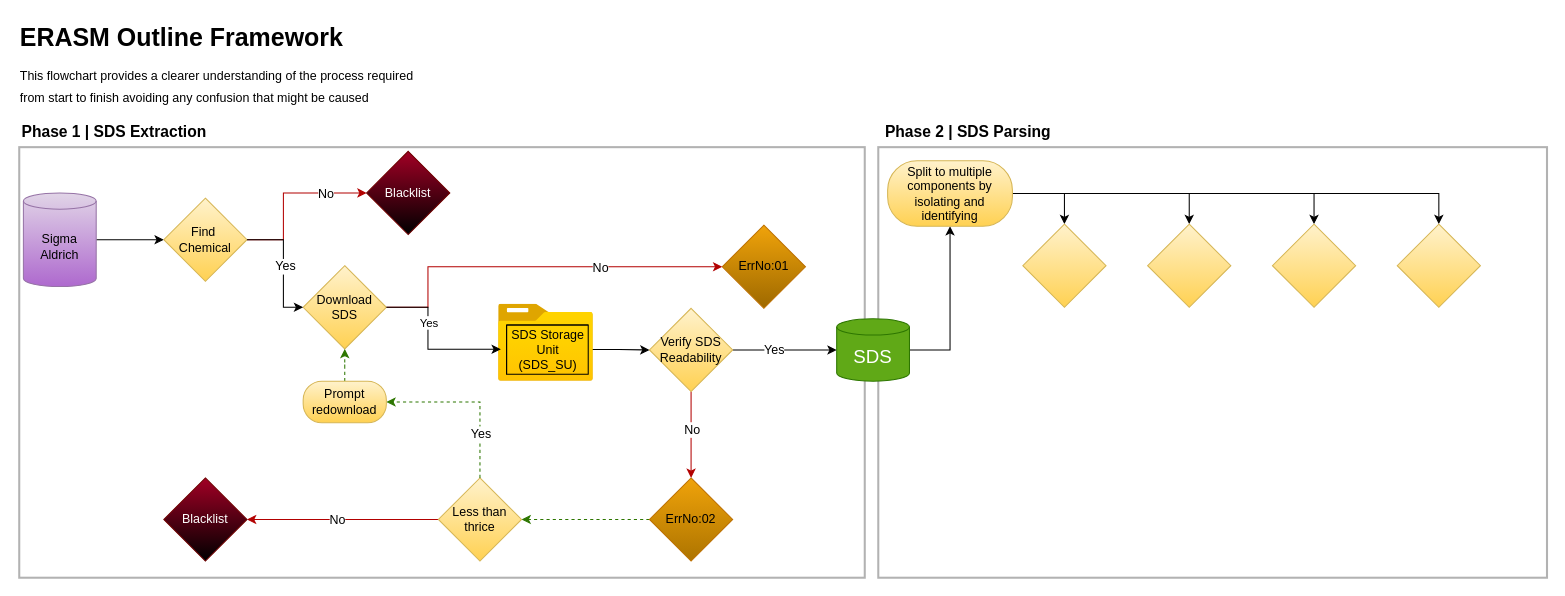
Before: ERASM_Blueprint.drawio in PaiSuryaDarshan/E-RASM, a draw.io diagram. Source tidied: cells renumbered, new cells numbered last; positions are measured from the earlier drawing's top-left corner, leaving out a move shared by most shapes. Both pictures are drawn from the tidied source at 104%, with x=0, y=0 at pixel (18, 18).
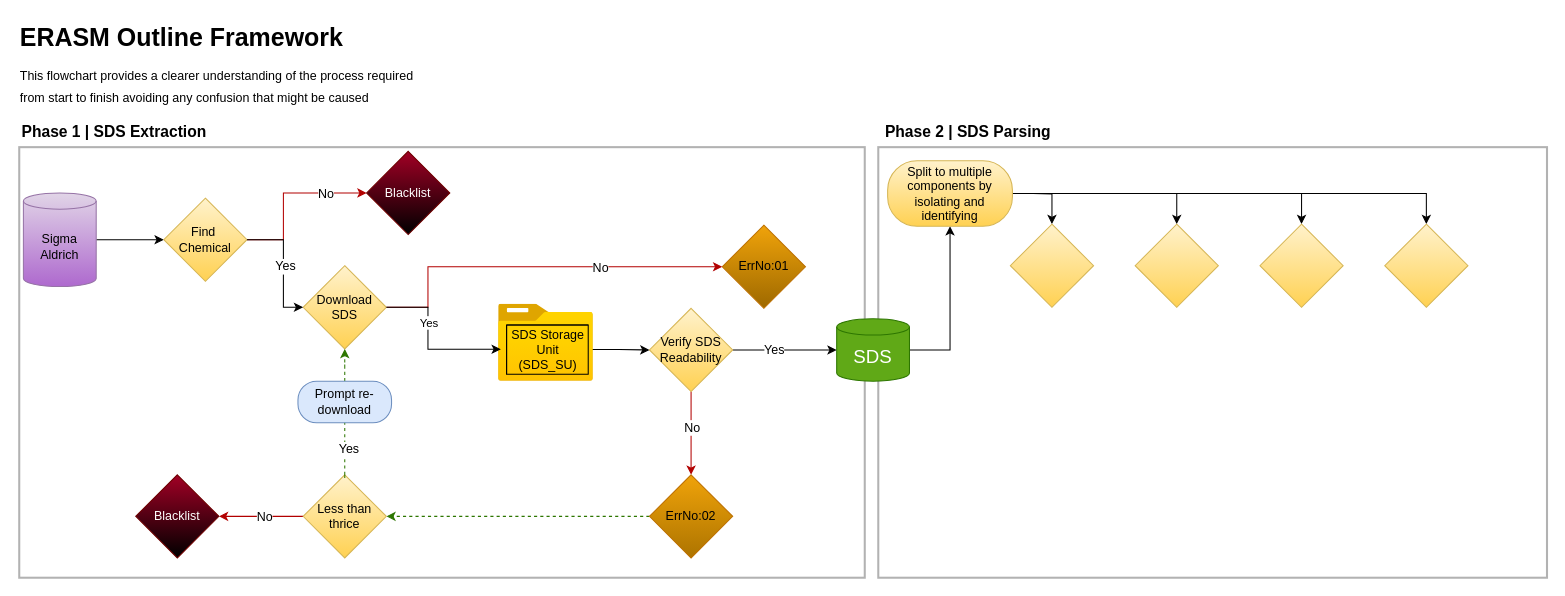
The same page after the edit.

The change refers to these unchanged cells:
```xml
<mxCell id="41" value="&lt;div&gt;Split to multiple components by isolating and identifying&lt;br&gt;&lt;/div&gt;" style="rounded=1;whiteSpace=wrap;html=1;strokeColor=#d6b656;align=center;verticalAlign=middle;fontFamily=Helvetica;fontSize=12;fontColor=default;fillColor=#fff2cc;gradientColor=#ffd152;arcSize=45;" parent="1" vertex="1">
  <mxGeometry x="836" y="137" width="120" height="63" as="geometry" />
</mxCell>
```

Diff of the diagram source:
```diff
@@
     <mxCell id="24" value="ErrNo:02" style="rhombus;whiteSpace=wrap;html=1;fillColor=#f0a30a;strokeColor=#BD7000;fontColor=#000000;gradientColor=#ad7400;" parent="1" vertex="1">
-      <mxGeometry x="607" y="442" width="80" height="80" as="geometry" />
+      <mxGeometry x="607" y="439" width="80" height="80" as="geometry" />
     </mxCell>
@@
     <mxCell id="28" value="Less than thrice" style="rhombus;whiteSpace=wrap;html=1;fillColor=#fff2cc;strokeColor=#d6b656;gradientColor=#ffd152;" parent="1" vertex="1">
-      <mxGeometry x="404" y="442" width="80" height="80" as="geometry" />
+      <mxGeometry x="274" y="439" width="80" height="80" as="geometry" />
     </mxCell>
-    <mxCell id="29" style="edgeStyle=orthogonalEdgeStyle;rounded=0;jettySize=auto;html=1;entryX=1;entryY=0.5;entryDx=0;entryDy=0;fontFamily=Helvetica;fontSize=12;fontColor=default;dashed=1;fillColor=#60a917;strokeColor=#2D7600;" parent="1" edge="1" source="28" target="31">
+    <mxCell id="29" style="edgeStyle=orthogonalEdgeStyle;rounded=0;jettySize=auto;html=1;entryX=1;entryY=0.5;entryDx=0;entryDy=0;fontFamily=Helvetica;fontSize=12;fontColor=default;dashed=1;fillColor=#60a917;strokeColor=#2D7600;exitX=0.5;exitY=0;exitDx=0;exitDy=0;" parent="1" edge="1" source="28" target="31">
       <mxGeometry relative="1" as="geometry">
         <Array as="points">
-          <mxPoint x="444" y="369" />
+          <mxPoint x="314" y="442" />
+          <mxPoint x="314" y="369" />
         </Array>
       </mxGeometry>
     </mxCell>
     <mxCell id="30" value="Yes" style="edgeLabel;html=1;align=center;verticalAlign=middle;strokeColor=#d6b656;fontFamily=Helvetica;fontSize=12;fontColor=default;fillColor=#fff2cc;gradientColor=#ffd152;" parent="29" vertex="1">
       <mxGeometry x="0.01" relative="1" as="geometry">
-        <mxPoint x="9" y="30" as="offset" />
+        <mxPoint x="3" y="30" as="offset" />
       </mxGeometry>
     </mxCell>
-    <mxCell id="31" value="&lt;div&gt;Prompt redownload&lt;br&gt;&lt;/div&gt;" style="rounded=1;whiteSpace=wrap;html=1;strokeColor=#d6b656;align=center;verticalAlign=middle;fontFamily=Helvetica;fontSize=12;fontColor=default;fillColor=#fff2cc;gradientColor=#ffd152;arcSize=45;" parent="1" vertex="1">
-      <mxGeometry x="274" y="349" width="80" height="40" as="geometry" />
+    <mxCell id="31" value="&lt;div&gt;Prompt re-download&lt;br&gt;&lt;/div&gt;" style="rounded=1;whiteSpace=wrap;html=1;strokeColor=#6c8ebf;align=center;verticalAlign=middle;fontFamily=Helvetica;fontSize=12;fillColor=#dae8fc;arcSize=45;" parent="1" vertex="1">
+      <mxGeometry x="269" y="349" width="90" height="40" as="geometry" />
     </mxCell>
     <mxCell id="32" value="Blacklist" style="rhombus;whiteSpace=wrap;html=1;fillColor=#a20025;strokeColor=#6F0000;fontColor=#ffffff;gradientColor=default;" parent="1" vertex="1">
-      <mxGeometry x="140" y="442" width="80" height="80" as="geometry" />
+      <mxGeometry x="113" y="439" width="80" height="80" as="geometry" />
     </mxCell>
@@
-    <mxCell id="37" style="edgeStyle=orthogonalEdgeStyle;rounded=0;jettySize=auto;html=1;entryX=0.5;entryY=0;entryDx=0;entryDy=0;" parent="1" edge="1" source="41" target="42">
-      <mxGeometry relative="1" as="geometry" />
-    </mxCell>
@@
+    <mxCell id="37" style="edgeStyle=orthogonalEdgeStyle;rounded=0;jettySize=auto;html=1;entryX=0.5;entryY=0;entryDx=0;entryDy=0;" parent="1" edge="1" source="41" target="42">
+      <mxGeometry relative="1" as="geometry">
+        <Array as="points">
+          <mxPoint x="976" y="169" />
+          <mxPoint x="994" y="169" />
+        </Array>
+      </mxGeometry>
+    </mxCell>
@@
     <mxCell id="42" style="rhombus;whiteSpace=wrap;html=1;fillColor=#fff2cc;strokeColor=#d6b656;gradientColor=#ffd152;" parent="1" vertex="1">
-      <mxGeometry x="966" y="198" width="80" height="80" as="geometry" />
+      <mxGeometry x="954" y="198" width="80" height="80" as="geometry" />
     </mxCell>
     <mxCell id="43" style="rhombus;whiteSpace=wrap;html=1;fillColor=#fff2cc;strokeColor=#d6b656;gradientColor=#ffd152;" parent="1" vertex="1">
-      <mxGeometry x="1086" y="198" width="80" height="80" as="geometry" />
+      <mxGeometry x="1074" y="198" width="80" height="80" as="geometry" />
     </mxCell>
     <mxCell id="44" style="rhombus;whiteSpace=wrap;html=1;fillColor=#fff2cc;strokeColor=#d6b656;gradientColor=#ffd152;" parent="1" vertex="1">
-      <mxGeometry x="1206" y="198" width="80" height="80" as="geometry" />
+      <mxGeometry x="1194" y="198" width="80" height="80" as="geometry" />
     </mxCell>
     <mxCell id="45" style="rhombus;whiteSpace=wrap;html=1;fillColor=#fff2cc;strokeColor=#d6b656;gradientColor=#ffd152;" parent="1" vertex="1">
-      <mxGeometry x="1326" y="198" width="80" height="80" as="geometry" />
+      <mxGeometry x="1314" y="198" width="80" height="80" as="geometry" />
     </mxCell>
```
